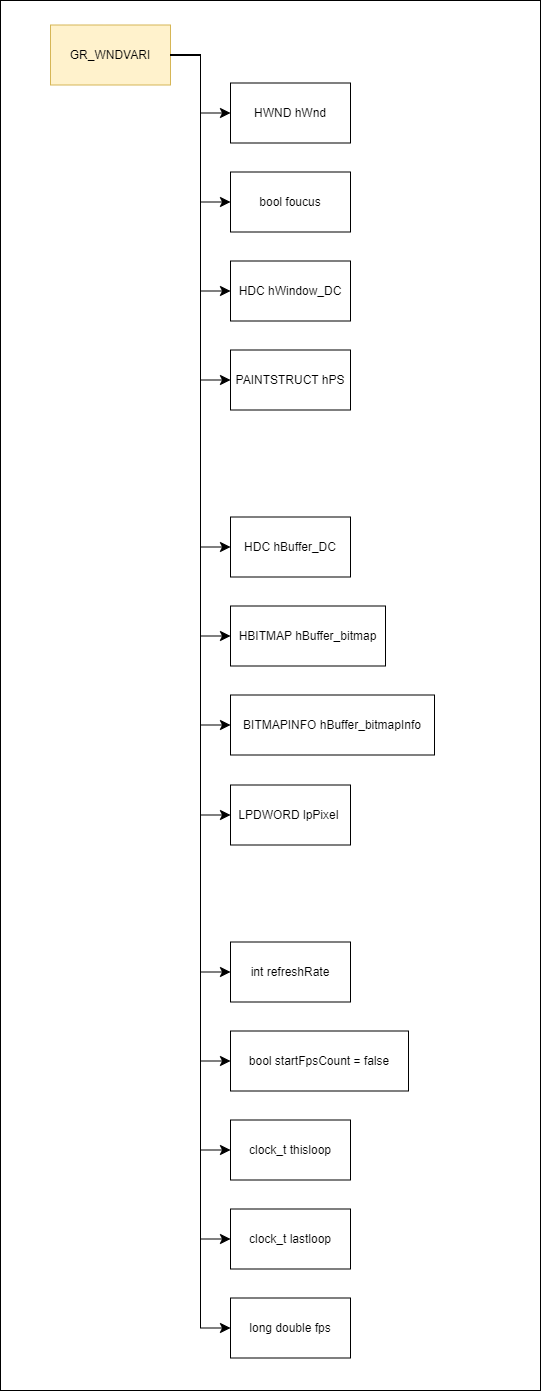
The draw.io diagram drawio/main/h.drawio.png in Tanso-mct/GLPA, before a commit. Source tidied: cells renumbered, new cells last; positions are measured from the earlier drawing's top-left corner, leaving out a move shared by most shapes.
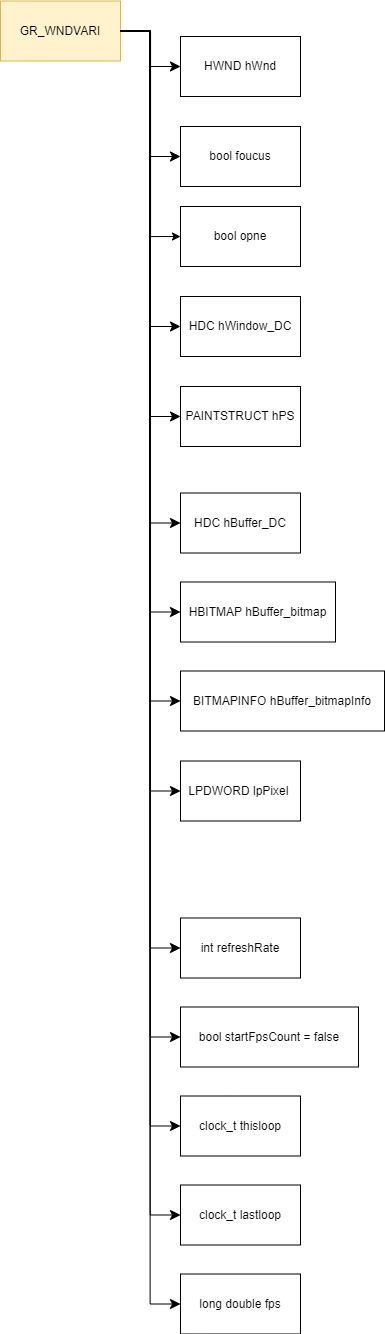
Later version of the same file.

Diff of the diagram source:
```diff
@@ -1,25 +1,24 @@
 <mxGraphModel>
   <root>
     <mxCell id="0" />
-    <mxCell id="1" value="Flame" parent="0" />
-    <mxCell id="2" style="whiteSpace=wrap;html=1;comic=0;fillStyle=dashed;" parent="1" vertex="1">
-      <mxGeometry width="540" height="1390" as="geometry" />
-    </mxCell>
     <mxCell id="3" value="work" parent="0" />
+    <mxCell id="31" style="edgeStyle=orthogonalEdgeStyle;html=1;entryX=0;entryY=0.5;entryDx=0;entryDy=0;rounded=0;" parent="3" edge="1" source="4" target="32">
+      <mxGeometry relative="1" as="geometry" />
+    </mxCell>
     <mxCell id="4" value="GR_WNDVARI" style="whiteSpace=wrap;html=1;fillColor=#fff2cc;strokeColor=#d6b656;" parent="3" vertex="1">
       <mxGeometry x="50" y="24.5" width="120" height="60" as="geometry" />
     </mxCell>
     <mxCell id="5" value="HWND hWnd" style="whiteSpace=wrap;html=1;" parent="3" vertex="1">
-      <mxGeometry x="230" y="82.5" width="120" height="60" as="geometry" />
+      <mxGeometry x="230" y="60" width="120" height="60" as="geometry" />
     </mxCell>
     <mxCell id="6" value="bool foucus" style="whiteSpace=wrap;html=1;labelBackgroundColor=default;strokeColor=default;strokeWidth=1;fontFamily=Helvetica;fontSize=12;fontColor=default;fillColor=none;" parent="3" vertex="1">
-      <mxGeometry x="230" y="171.5" width="120" height="60" as="geometry" />
+      <mxGeometry x="230" y="150" width="120" height="60" as="geometry" />
     </mxCell>
     <mxCell id="7" value="HDC hWindow_DC" style="whiteSpace=wrap;html=1;" parent="3" vertex="1">
-      <mxGeometry x="230" y="260.5" width="120" height="60" as="geometry" />
+      <mxGeometry x="230" y="320" width="120" height="60" as="geometry" />
     </mxCell>
     <mxCell id="8" value="PAINTSTRUCT hPS" style="whiteSpace=wrap;html=1;" parent="3" vertex="1">
-      <mxGeometry x="230" y="349.5" width="120" height="60" as="geometry" />
+      <mxGeometry x="230" y="410" width="120" height="60" as="geometry" />
     </mxCell>
     <mxCell id="9" value="HDC hBuffer_DC" style="whiteSpace=wrap;html=1;fontFamily=Helvetica;fontSize=12;fontColor=default;" parent="3" vertex="1">
       <mxGeometry x="230" y="516.5" width="120" height="60" as="geometry" />
@@ -87,5 +86,8 @@
     <mxCell id="30" style="edgeStyle=elbowEdgeStyle;shape=connector;curved=0;rounded=0;elbow=horizontal;html=1;labelBackgroundColor=default;strokeColor=default;fontFamily=Helvetica;fontSize=12;fontColor=default;endArrow=classic;startSize=8;endSize=8;" parent="3" edge="1" source="4" target="12">
       <mxGeometry relative="1" as="geometry" />
     </mxCell>
+    <mxCell id="32" value="bool opne" style="whiteSpace=wrap;html=1;" parent="3" vertex="1">
+      <mxGeometry x="230" y="230" width="120" height="60" as="geometry" />
+    </mxCell>
   </root>
 </mxGraphModel>
```
